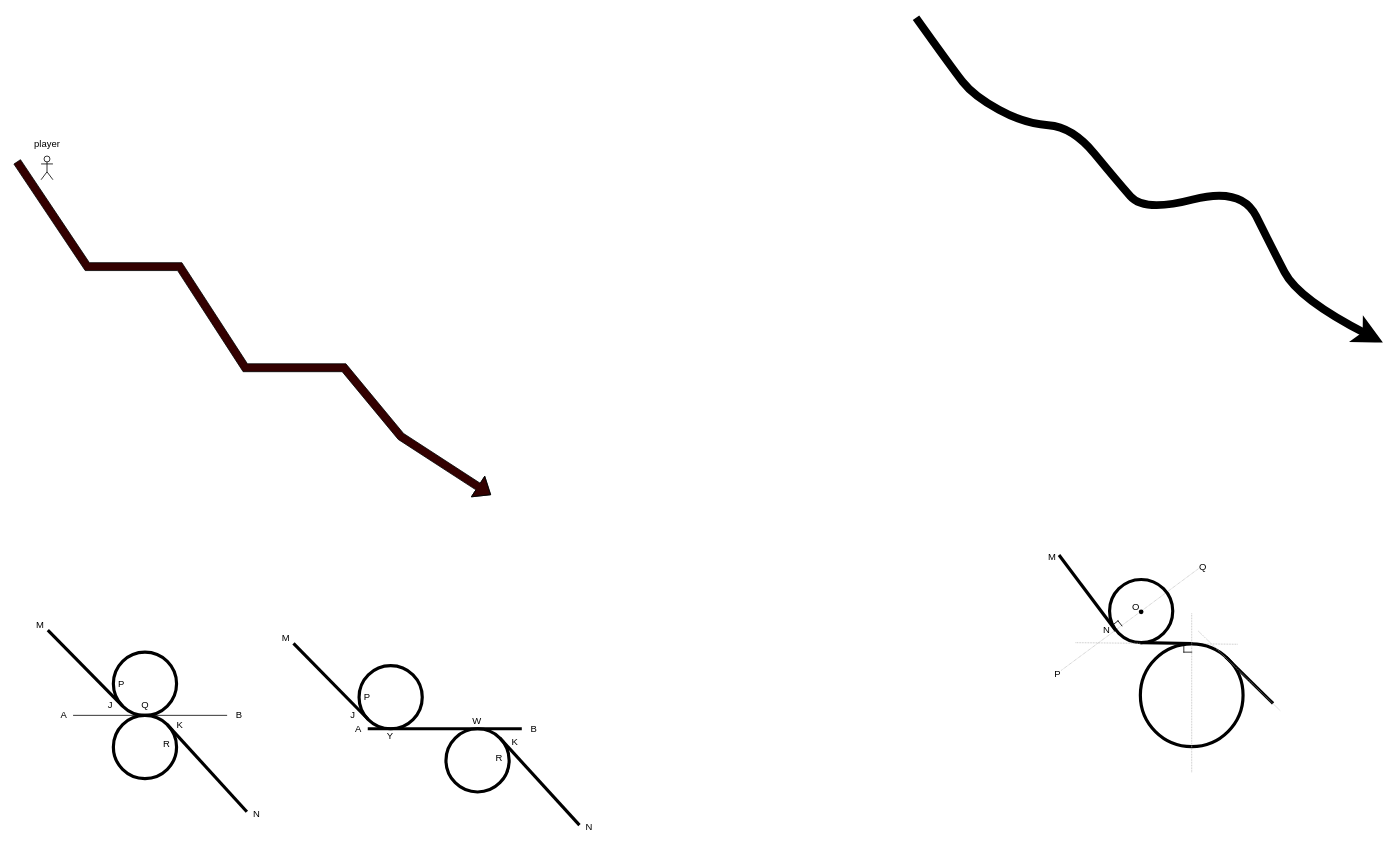
qwertyyb/draw.io keeps this draw.io diagram as godot-slide.drawio. Above is the earlier version. Source tidied: cells renumbered, new cells numbered last; positions are measured from the earlier drawing's top-left corner, leaving out a move shared by most shapes. Both pictures are drawn from the tidied source at 79%, with x=0, y=0 at pixel (17, 17).
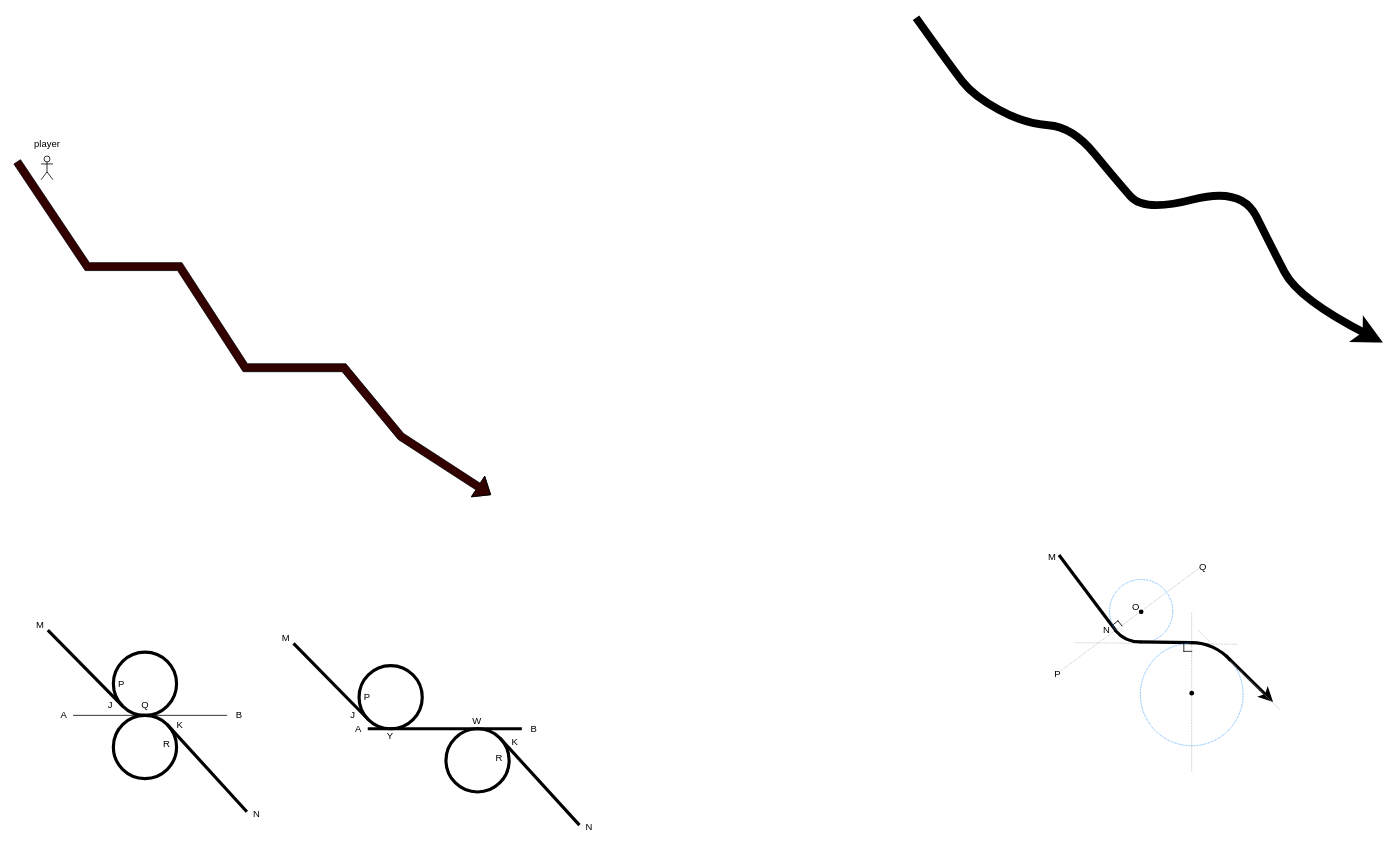
The same diagram, later.

Diff of the diagram source:
```diff
@@
-    <mxCell id="38" style="ellipse;whiteSpace=wrap;html=1;fillColor=none;strokeWidth=4;" parent="1" vertex="1">
+    <mxCell id="38" style="ellipse;whiteSpace=wrap;html=1;fillColor=none;strokeWidth=1;dashed=1;dashPattern=1 1;strokeColor=#3399FF;" parent="1" vertex="1">
       <mxGeometry x="1383" y="711" width="80" height="80" as="geometry" />
     </mxCell>
@@
     <mxCell id="41" style="endArrow=none;html=1;rounded=0;strokeWidth=4;strokeColor=#000000;" parent="1" edge="1">
       <mxGeometry relative="1" as="geometry">
-        <mxPoint x="1422" y="791" as="sourcePoint" />
-        <mxPoint x="1488" y="792" as="targetPoint" />
+        <mxPoint x="1422" y="790" as="sourcePoint" />
+        <mxPoint x="1488" y="791" as="targetPoint" />
       </mxGeometry>
     </mxCell>
-    <mxCell id="42" style="ellipse;whiteSpace=wrap;html=1;fillColor=none;strokeWidth=4;" parent="1" vertex="1">
-      <mxGeometry x="1422" y="792.5" width="130" height="130" as="geometry" />
+    <mxCell id="42" style="ellipse;whiteSpace=wrap;html=1;fillColor=none;strokeWidth=1;dashed=1;dashPattern=1 1;strokeColor=#3399FF;" parent="1" vertex="1">
+      <mxGeometry x="1422" y="791.5" width="130" height="130" as="geometry" />
     </mxCell>
     <mxCell id="43" style="endArrow=none;html=1;rounded=0;strokeWidth=1;strokeColor=#B3B3B3;dashed=1;dashPattern=1 1;" parent="1" edge="1">
       <mxGeometry relative="1" as="geometry">
-        <mxPoint x="1487" y="955" as="sourcePoint" />
-        <mxPoint x="1487" y="753" as="targetPoint" />
+        <mxPoint x="1487" y="954" as="sourcePoint" />
+        <mxPoint x="1487" y="752" as="targetPoint" />
       </mxGeometry>
     </mxCell>
     <mxCell id="44" style="shape=partialRectangle;whiteSpace=wrap;html=1;bottom=0;right=0;fillColor=none;rotation=-90;" parent="1" vertex="1">
-      <mxGeometry x="1476.5" y="792.5" width="11" height="10" as="geometry" />
+      <mxGeometry x="1476.5" y="791.5" width="11" height="10" as="geometry" />
     </mxCell>
-    <mxCell id="45" style="endArrow=none;html=1;rounded=0;strokeWidth=4;strokeColor=#000000;" parent="1" edge="1">
+    <mxCell id="45" style="endArrow=classic;html=1;rounded=0;strokeWidth=4;strokeColor=#000000;endFill=1;" parent="1" edge="1">
       <mxGeometry relative="1" as="geometry">
-        <mxPoint x="1530" y="809" as="sourcePoint" />
-        <mxPoint x="1590" y="868" as="targetPoint" />
+        <mxPoint x="1530" y="807" as="sourcePoint" />
+        <mxPoint x="1590" y="866" as="targetPoint" />
       </mxGeometry>
     </mxCell>
     <mxCell id="46" style="endArrow=none;html=1;rounded=0;strokeWidth=1;strokeColor=#B3B3B3;dashed=1;dashPattern=1 1;" parent="1" edge="1">
       <mxGeometry relative="1" as="geometry">
-        <mxPoint x="1495" y="776" as="sourcePoint" />
-        <mxPoint x="1599" y="877" as="targetPoint" />
+        <mxPoint x="1495" y="775" as="sourcePoint" />
+        <mxPoint x="1599" y="876" as="targetPoint" />
       </mxGeometry>
     </mxCell>
@@
+    <mxCell id="52" style="shape=waypoint;sketch=0;fillStyle=solid;size=6;fillColor=none;perimeter=centerPerimeter;" parent="1" vertex="1">
+      <mxGeometry x="1477" y="845" width="20" height="20" as="geometry" />
+    </mxCell>
+    <mxCell id="53" style="verticalLabelPosition=bottom;verticalAlign=top;html=1;shape=mxgraph.basic.arc;startAngle=0.4829520668076056;endAngle=0.6642753008656959;" parent="1" vertex="1">
+      <mxGeometry x="1386.8" y="733" width="57.5" height="57" as="geometry" />
+    </mxCell>
+    <mxCell id="54" style="verticalLabelPosition=bottom;verticalAlign=top;html=1;shape=mxgraph.basic.arc;startAngle=0.49675239075581273;endAngle=0.6379395947490989;strokeColor=#000000;strokeWidth=4;" parent="1" vertex="1">
+      <mxGeometry x="1380" y="706" width="84" height="84" as="geometry" />
+    </mxCell>
+    <mxCell id="55" style="verticalLabelPosition=bottom;verticalAlign=top;html=1;shape=mxgraph.basic.arc;startAngle=0.9952267833287348;endAngle=0.13775150884890563;strokeColor=#000000;strokeWidth=4;" parent="1" vertex="1">
+      <mxGeometry x="1422" y="791" width="130" height="130" as="geometry" />
+    </mxCell>
```
